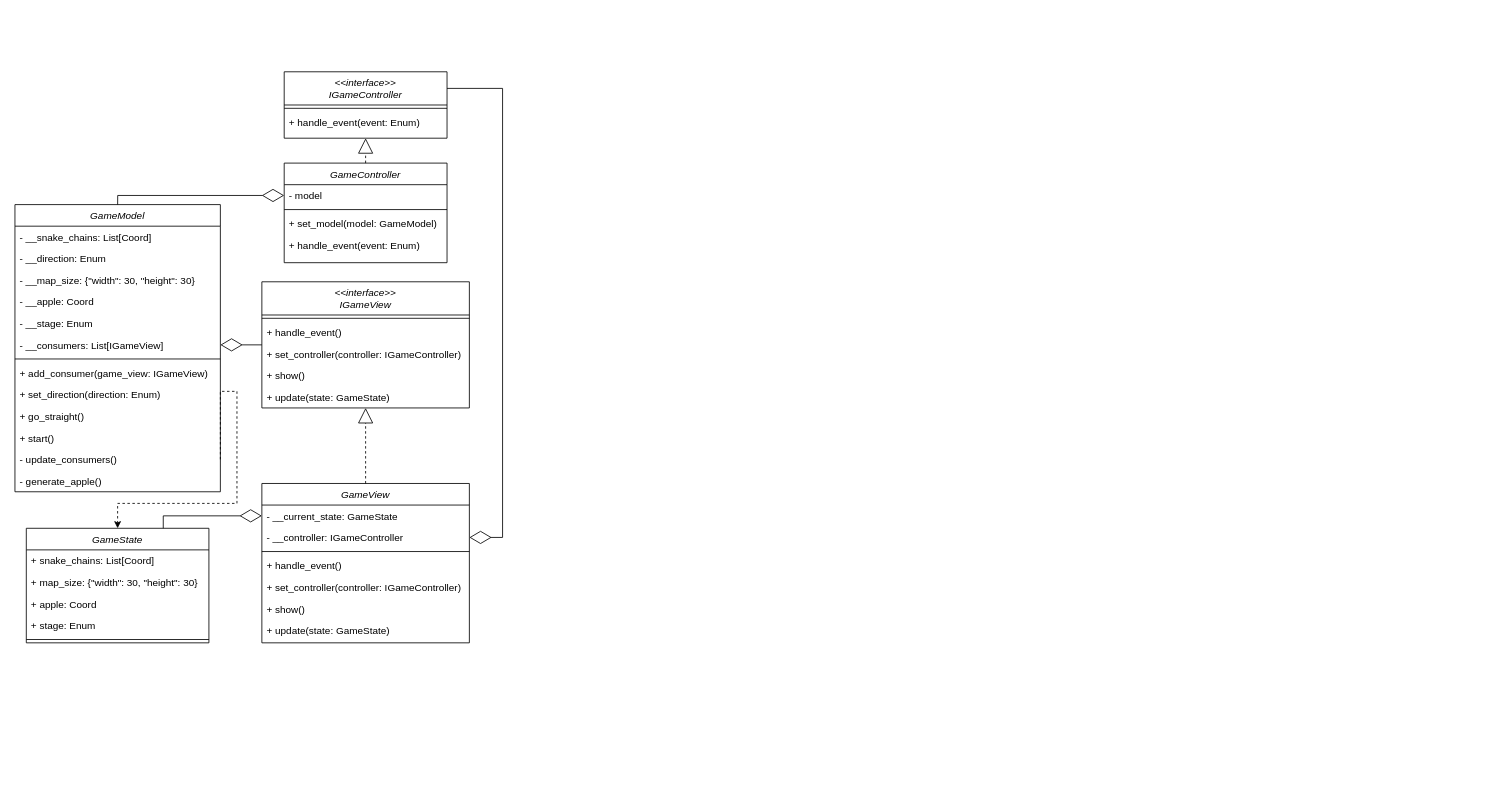
blackwille/snake-uni-proj-waterfall keeps this draw.io diagram as Architecture.drawio. Above is the earlier version. Source tidied: cells renumbered, new cells numbered last; positions are measured from the earlier drawing's top-left corner, leaving out a move shared by most shapes. Both pictures are drawn from the tidied source at 83%, with x=0, y=0 at pixel (14, 71).
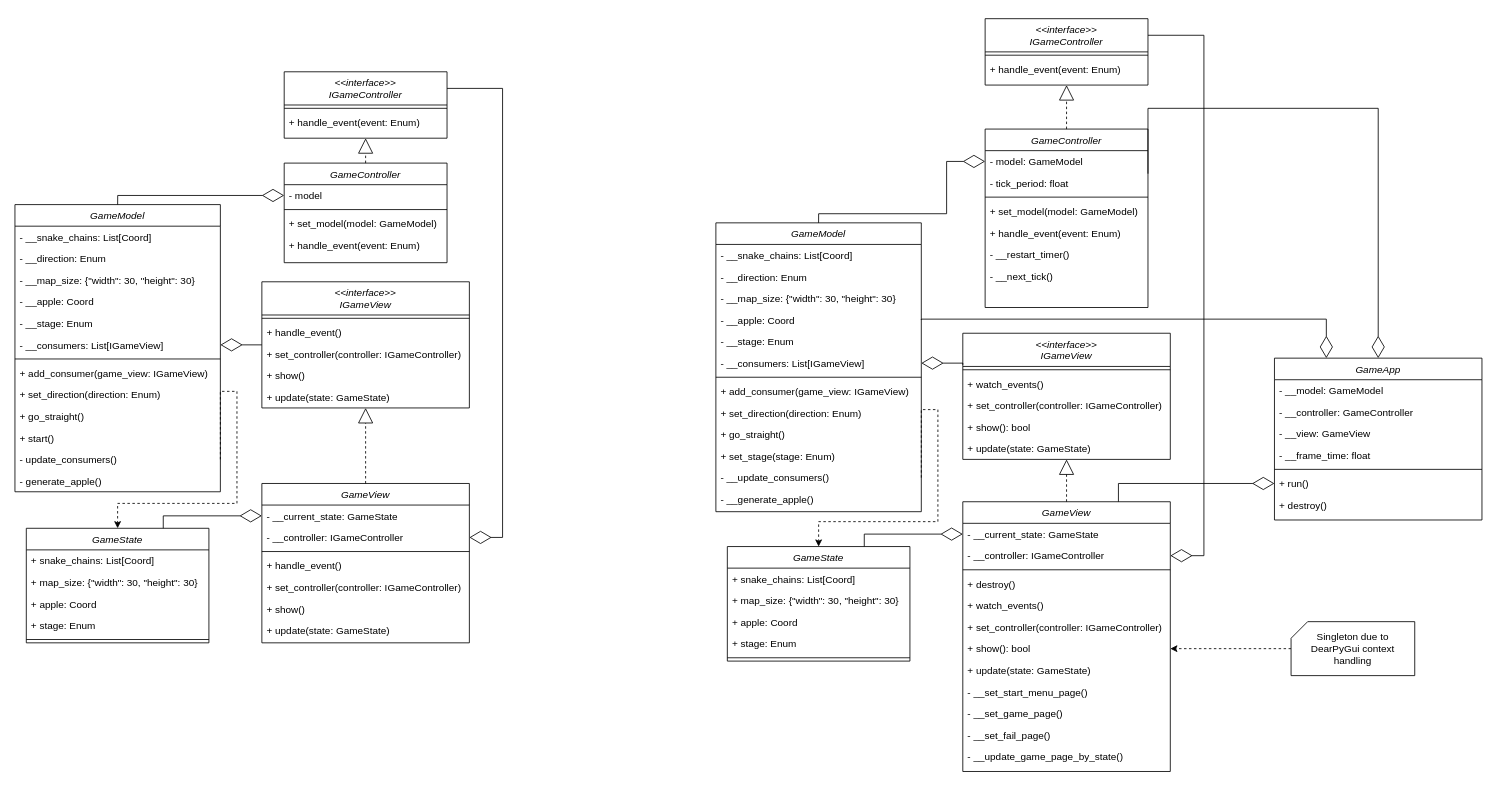
The same diagram, later.

Commit message (it also covers changes not shown here):
#10: renaming and architecture update

Diff of the diagram source:
```diff
@@
+    <mxCell id="51" value="GameController" style="swimlane;fontStyle=2;align=center;verticalAlign=top;horizontal=1;startSize=26;rounded=0;shadow=0;strokeWidth=1;" parent="1" vertex="1">
+      <mxGeometry x="1169.4" y="69" width="196.2" height="215" as="geometry" />
+    </mxCell>
+    <mxCell id="52" value="- model: GameModel" style="text;align=left;verticalAlign=top;spacingLeft=4;spacingRight=4;overflow=hidden;points=[[0,0.5],[1,0.5]];portConstraint=eastwest;" parent="51" vertex="1">
+      <mxGeometry y="26" width="196.2" height="26" as="geometry" />
+    </mxCell>
+    <mxCell id="53" value="- tick_period: float" style="text;align=left;verticalAlign=top;spacingLeft=4;spacingRight=4;overflow=hidden;" parent="51" vertex="1">
+      <mxGeometry y="52" width="196.2" height="26" as="geometry" />
+    </mxCell>
+    <mxCell id="54" style="line;html=1;strokeWidth=1;align=left;verticalAlign=middle;spacingTop=-1;spacingLeft=3;spacingRight=3;labelPosition=right;" parent="51" vertex="1">
+      <mxGeometry y="78" width="196.2" height="8" as="geometry" />
+    </mxCell>
+    <mxCell id="55" value="+ set_model(model: GameModel)" style="text;align=left;verticalAlign=top;spacingLeft=4;spacingRight=4;overflow=hidden;" parent="51" vertex="1">
+      <mxGeometry y="86" width="196.2" height="26" as="geometry" />
+    </mxCell>
+    <mxCell id="56" value="+ handle_event(event: Enum)" style="text;align=left;verticalAlign=top;spacingLeft=4;spacingRight=4;overflow=hidden;" parent="51" vertex="1">
+      <mxGeometry y="112" width="196.2" height="26" as="geometry" />
+    </mxCell>
+    <mxCell id="57" value="- __restart_timer()" style="text;align=left;verticalAlign=top;spacingLeft=4;spacingRight=4;overflow=hidden;" parent="51" vertex="1">
+      <mxGeometry y="138" width="196.2" height="26" as="geometry" />
+    </mxCell>
+    <mxCell id="58" value="- __next_tick()" style="text;align=left;verticalAlign=top;spacingLeft=4;spacingRight=4;overflow=hidden;" parent="51" vertex="1">
+      <mxGeometry y="164" width="196.2" height="26" as="geometry" />
+    </mxCell>
+    <mxCell id="59" style="edgeStyle=orthogonalEdgeStyle;rounded=0;jettySize=auto;html=1;dashed=1;entryX=0.5;entryY=0;entryDx=0;entryDy=0;exitX=1;exitY=0.5;exitDx=0;exitDy=0;" parent="1" edge="1" source="72" target="88">
+      <mxGeometry relative="1" as="geometry">
+        <Array as="points">
+          <mxPoint x="1092.5" y="407" />
+          <mxPoint x="1112.5" y="407" />
+          <mxPoint x="1112.5" y="542" />
+          <mxPoint x="968.5" y="542" />
+        </Array>
+      </mxGeometry>
+    </mxCell>
+    <mxCell id="60" value="GameModel" style="swimlane;fontStyle=2;align=center;verticalAlign=top;horizontal=1;startSize=26;rounded=0;shadow=0;strokeWidth=1;" parent="1" vertex="1">
+      <mxGeometry x="845" y="182" width="247.5" height="348" as="geometry" />
+    </mxCell>
+    <mxCell id="61" value="- __snake_chains: List[Coord]" style="text;align=left;verticalAlign=top;spacingLeft=4;spacingRight=4;overflow=hidden;" parent="60" vertex="1">
+      <mxGeometry y="26" width="247.5" height="26" as="geometry" />
+    </mxCell>
+    <mxCell id="62" value="- __direction: Enum" style="text;align=left;verticalAlign=top;spacingLeft=4;spacingRight=4;overflow=hidden;" parent="60" vertex="1">
+      <mxGeometry y="52" width="247.5" height="26" as="geometry" />
+    </mxCell>
+    <mxCell id="63" value="- __map_size: {&quot;width&quot;: 30, &quot;height&quot;: 30}" style="text;align=left;verticalAlign=top;spacingLeft=4;spacingRight=4;overflow=hidden;" parent="60" vertex="1">
+      <mxGeometry y="78" width="247.5" height="26" as="geometry" />
+    </mxCell>
+    <mxCell id="64" value="- __apple: Coord" style="text;align=left;verticalAlign=top;spacingLeft=4;spacingRight=4;overflow=hidden;points=[[0,0.5],[1,0.5]];portConstraint=eastwest;" parent="60" vertex="1">
+      <mxGeometry y="104" width="247.5" height="26" as="geometry" />
+    </mxCell>
+    <mxCell id="65" value="- __stage: Enum" style="text;align=left;verticalAlign=top;spacingLeft=4;spacingRight=4;overflow=hidden;" parent="60" vertex="1">
+      <mxGeometry y="130" width="247.5" height="26" as="geometry" />
+    </mxCell>
+    <mxCell id="66" value="- __consumers: List[IGameView]" style="text;align=left;verticalAlign=top;spacingLeft=4;spacingRight=4;overflow=hidden;points=[[0,0.5],[1,0.5]];portConstraint=eastwest;" parent="60" vertex="1">
+      <mxGeometry y="156" width="247.5" height="26" as="geometry" />
+    </mxCell>
+    <mxCell id="67" style="line;html=1;strokeWidth=1;align=left;verticalAlign=middle;spacingTop=-1;spacingLeft=3;spacingRight=3;labelPosition=right;" parent="60" vertex="1">
+      <mxGeometry y="182" width="247.5" height="8" as="geometry" />
+    </mxCell>
+    <mxCell id="68" value="+ add_consumer(game_view: IGameView)" style="text;align=left;verticalAlign=top;spacingLeft=4;spacingRight=4;overflow=hidden;" parent="60" vertex="1">
+      <mxGeometry y="190" width="247.5" height="26" as="geometry" />
+    </mxCell>
+    <mxCell id="69" value="+ set_direction(direction: Enum)" style="text;align=left;verticalAlign=top;spacingLeft=4;spacingRight=4;overflow=hidden;" parent="60" vertex="1">
+      <mxGeometry y="216" width="247.5" height="26" as="geometry" />
+    </mxCell>
+    <mxCell id="70" value="+ go_straight()" style="text;align=left;verticalAlign=top;spacingLeft=4;spacingRight=4;overflow=hidden;" parent="60" vertex="1">
+      <mxGeometry y="242" width="247.5" height="26" as="geometry" />
+    </mxCell>
+    <mxCell id="71" value="+ set_stage(stage: Enum)" style="text;align=left;verticalAlign=top;spacingLeft=4;spacingRight=4;overflow=hidden;" parent="60" vertex="1">
+      <mxGeometry y="268" width="247.5" height="26" as="geometry" />
+    </mxCell>
+    <mxCell id="72" value="- __update_consumers()" style="text;align=left;verticalAlign=top;spacingLeft=4;spacingRight=4;overflow=hidden;points=[[0,0.5],[1,0.5]];portConstraint=eastwest;" parent="60" vertex="1">
+      <mxGeometry y="294" width="247.5" height="26" as="geometry" />
+    </mxCell>
+    <mxCell id="73" value="- __generate_apple()" style="text;align=left;verticalAlign=top;spacingLeft=4;spacingRight=4;overflow=hidden;" parent="60" vertex="1">
+      <mxGeometry y="320" width="247.5" height="26" as="geometry" />
+    </mxCell>
+    <mxCell id="74" value="GameView" style="swimlane;fontStyle=2;align=center;verticalAlign=top;horizontal=1;startSize=26;rounded=0;shadow=0;strokeWidth=1;" parent="1" vertex="1">
+      <mxGeometry x="1142.5" y="518" width="250" height="325" as="geometry" />
+    </mxCell>
+    <mxCell id="75" value="- __current_state: GameState" style="text;align=left;verticalAlign=top;spacingLeft=4;spacingRight=4;overflow=hidden;points=[[0,0.5],[1,0.5]];portConstraint=eastwest;" parent="74" vertex="1">
+      <mxGeometry y="26" width="250" height="26" as="geometry" />
+    </mxCell>
+    <mxCell id="76" value="- __controller: IGameController" style="text;align=left;verticalAlign=top;spacingLeft=4;spacingRight=4;overflow=hidden;points=[[0,0.5],[1,0.5]];portConstraint=eastwest;" parent="74" vertex="1">
+      <mxGeometry y="52" width="250" height="26" as="geometry" />
+    </mxCell>
+    <mxCell id="77" style="line;html=1;strokeWidth=1;align=left;verticalAlign=middle;spacingTop=-1;spacingLeft=3;spacingRight=3;labelPosition=right;" parent="74" vertex="1">
+      <mxGeometry y="78" width="250" height="8" as="geometry" />
+    </mxCell>
+    <mxCell id="78" value="+ destroy()" style="text;align=left;verticalAlign=top;spacingLeft=4;spacingRight=4;overflow=hidden;" parent="74" vertex="1">
+      <mxGeometry y="86" width="250" height="26" as="geometry" />
+    </mxCell>
+    <mxCell id="79" value="+ watch_events()" style="text;align=left;verticalAlign=top;spacingLeft=4;spacingRight=4;overflow=hidden;" parent="74" vertex="1">
+      <mxGeometry y="112" width="250" height="26" as="geometry" />
+    </mxCell>
+    <mxCell id="80" value="+ set_controller(controller: IGameController)" style="text;align=left;verticalAlign=top;spacingLeft=4;spacingRight=4;overflow=hidden;" parent="74" vertex="1">
+      <mxGeometry y="138" width="250" height="26" as="geometry" />
+    </mxCell>
+    <mxCell id="81" value="+ show(): bool" style="text;align=left;verticalAlign=top;spacingLeft=4;spacingRight=4;overflow=hidden;points=[[0,0.5],[1,0.5]];portConstraint=eastwest;" parent="74" vertex="1">
+      <mxGeometry y="164" width="250" height="26" as="geometry" />
+    </mxCell>
+    <mxCell id="82" value="+ update(state: GameState)" style="text;align=left;verticalAlign=top;spacingLeft=4;spacingRight=4;overflow=hidden;" parent="74" vertex="1">
+      <mxGeometry y="190" width="250" height="26" as="geometry" />
+    </mxCell>
+    <mxCell id="83" value="- __set_start_menu_page()" style="text;align=left;verticalAlign=top;spacingLeft=4;spacingRight=4;overflow=hidden;" parent="74" vertex="1">
+      <mxGeometry y="216" width="250" height="26" as="geometry" />
+    </mxCell>
+    <mxCell id="84" value="- __set_game_page()" style="text;align=left;verticalAlign=top;spacingLeft=4;spacingRight=4;overflow=hidden;" parent="74" vertex="1">
+      <mxGeometry y="242" width="250" height="26" as="geometry" />
+    </mxCell>
+    <mxCell id="85" value="- __set_fail_page()" style="text;align=left;verticalAlign=top;spacingLeft=4;spacingRight=4;overflow=hidden;" parent="74" vertex="1">
+      <mxGeometry y="268" width="250" height="26" as="geometry" />
+    </mxCell>
+    <mxCell id="86" value="- __update_game_page_by_state()" style="text;align=left;verticalAlign=top;spacingLeft=4;spacingRight=4;overflow=hidden;" parent="74" vertex="1">
+      <mxGeometry y="294" width="250" height="26" as="geometry" />
+    </mxCell>
+    <mxCell id="87" style="endArrow=block;endSize=16;endFill=0;html=1;rounded=0;exitX=0.5;exitY=0;exitDx=0;exitDy=0;entryX=0.5;entryY=1;entryDx=0;entryDy=0;dashed=1;" parent="1" edge="1" source="74" target="95">
+      <mxGeometry relative="1" as="geometry" />
+    </mxCell>
+    <mxCell id="88" value="GameState" style="swimlane;fontStyle=2;align=center;verticalAlign=top;horizontal=1;startSize=26;rounded=0;shadow=0;strokeWidth=1;" parent="1" vertex="1">
+      <mxGeometry x="858.8" y="572" width="220" height="138" as="geometry" />
+    </mxCell>
+    <mxCell id="89" value="+ snake_chains: List[Coord]" style="text;align=left;verticalAlign=top;spacingLeft=4;spacingRight=4;overflow=hidden;" parent="88" vertex="1">
+      <mxGeometry y="26" width="220" height="26" as="geometry" />
+    </mxCell>
+    <mxCell id="90" value="+ map_size: {&quot;width&quot;: 30, &quot;height&quot;: 30}" style="text;align=left;verticalAlign=top;spacingLeft=4;spacingRight=4;overflow=hidden;" parent="88" vertex="1">
+      <mxGeometry y="52" width="220" height="26" as="geometry" />
+    </mxCell>
+    <mxCell id="91" value="+ apple: Coord" style="text;align=left;verticalAlign=top;spacingLeft=4;spacingRight=4;overflow=hidden;" parent="88" vertex="1">
+      <mxGeometry y="78" width="220" height="26" as="geometry" />
+    </mxCell>
+    <mxCell id="92" value="+ stage: Enum" style="text;align=left;verticalAlign=top;spacingLeft=4;spacingRight=4;overflow=hidden;" parent="88" vertex="1">
+      <mxGeometry y="104" width="220" height="26" as="geometry" />
+    </mxCell>
+    <mxCell id="93" style="line;html=1;strokeWidth=1;align=left;verticalAlign=middle;spacingTop=-1;spacingLeft=3;spacingRight=3;labelPosition=right;" parent="88" vertex="1">
+      <mxGeometry y="130" width="220" height="8" as="geometry" />
+    </mxCell>
+    <mxCell id="94" style="endArrow=diamondThin;endFill=0;endSize=24;html=1;rounded=0;entryX=0;entryY=0.5;entryDx=0;entryDy=0;exitX=0.75;exitY=0;exitDx=0;exitDy=0;edgeStyle=orthogonalEdgeStyle;" parent="1" edge="1" source="88" target="75">
+      <mxGeometry relative="1" as="geometry">
+        <Array as="points">
+          <mxPoint x="1023.5" y="557" />
+        </Array>
+      </mxGeometry>
+    </mxCell>
+    <mxCell id="95" value="&lt;&lt;interface&gt;&gt;&#10;IGameView" style="swimlane;fontStyle=2;align=center;verticalAlign=top;horizontal=1;startSize=40;rounded=0;shadow=0;strokeWidth=1;" parent="1" vertex="1">
+      <mxGeometry x="1142.5" y="315" width="250" height="152" as="geometry" />
+    </mxCell>
+    <mxCell id="96" style="line;html=1;strokeWidth=1;align=left;verticalAlign=middle;spacingTop=-1;spacingLeft=3;spacingRight=3;labelPosition=right;" parent="95" vertex="1">
+      <mxGeometry y="40" width="250" height="8" as="geometry" />
+    </mxCell>
+    <mxCell id="97" value="+ watch_events()" style="text;align=left;verticalAlign=top;spacingLeft=4;spacingRight=4;overflow=hidden;" parent="95" vertex="1">
+      <mxGeometry y="48" width="250" height="26" as="geometry" />
+    </mxCell>
+    <mxCell id="98" value="+ set_controller(controller: IGameController)" style="text;align=left;verticalAlign=top;spacingLeft=4;spacingRight=4;overflow=hidden;" parent="95" vertex="1">
+      <mxGeometry y="74" width="250" height="26" as="geometry" />
+    </mxCell>
+    <mxCell id="99" value="+ show(): bool" style="text;align=left;verticalAlign=top;spacingLeft=4;spacingRight=4;overflow=hidden;" parent="95" vertex="1">
+      <mxGeometry y="100" width="250" height="26" as="geometry" />
+    </mxCell>
+    <mxCell id="100" value="+ update(state: GameState)" style="text;align=left;verticalAlign=top;spacingLeft=4;spacingRight=4;overflow=hidden;" parent="95" vertex="1">
+      <mxGeometry y="126" width="250" height="26" as="geometry" />
+    </mxCell>
+    <mxCell id="101" style="endArrow=diamondThin;endFill=0;endSize=24;html=1;rounded=0;entryX=1;entryY=0.5;entryDx=0;entryDy=0;exitX=0;exitY=0.25;exitDx=0;exitDy=0;edgeStyle=orthogonalEdgeStyle;" parent="1" edge="1" source="95" target="66">
+      <mxGeometry relative="1" as="geometry">
+        <Array as="points">
+          <mxPoint x="1143" y="351" />
+        </Array>
+      </mxGeometry>
+    </mxCell>
+    <mxCell id="102" value="&lt;&lt;interface&gt;&gt;&#10;IGameController" style="swimlane;fontStyle=2;align=center;verticalAlign=top;horizontal=1;startSize=40;rounded=0;shadow=0;strokeWidth=1;" parent="1" vertex="1">
+      <mxGeometry x="1169.4" y="-64" width="196.2" height="80" as="geometry" />
+    </mxCell>
+    <mxCell id="103" style="line;html=1;strokeWidth=1;align=left;verticalAlign=middle;spacingTop=-1;spacingLeft=3;spacingRight=3;labelPosition=right;" parent="102" vertex="1">
+      <mxGeometry y="40" width="196.2" height="8" as="geometry" />
+    </mxCell>
+    <mxCell id="104" value="+ handle_event(event: Enum)" style="text;align=left;verticalAlign=top;spacingLeft=4;spacingRight=4;overflow=hidden;" parent="102" vertex="1">
+      <mxGeometry y="48" width="196.2" height="26" as="geometry" />
+    </mxCell>
+    <mxCell id="105" style="endArrow=diamondThin;endFill=0;endSize=24;html=1;rounded=0;entryX=0;entryY=0.5;entryDx=0;entryDy=0;exitX=0.5;exitY=0;exitDx=0;exitDy=0;edgeStyle=orthogonalEdgeStyle;" parent="1" edge="1" source="60" target="52">
+      <mxGeometry relative="1" as="geometry">
+        <Array as="points">
+          <mxPoint x="969" y="171" />
+          <mxPoint x="1123" y="171" />
+          <mxPoint x="1123" y="108" />
+        </Array>
+      </mxGeometry>
+    </mxCell>
+    <mxCell id="106" style="endArrow=block;endSize=16;endFill=0;html=1;rounded=0;exitX=0.5;exitY=0;exitDx=0;exitDy=0;dashed=1;entryX=0.5;entryY=1;entryDx=0;entryDy=0;edgeStyle=orthogonalEdgeStyle;" parent="1" edge="1" source="51" target="102">
+      <mxGeometry relative="1" as="geometry" />
+    </mxCell>
+    <mxCell id="107" style="endArrow=diamondThin;endFill=0;endSize=24;html=1;rounded=0;entryX=1;entryY=0.5;entryDx=0;entryDy=0;exitX=1;exitY=0.25;exitDx=0;exitDy=0;edgeStyle=orthogonalEdgeStyle;" parent="1" edge="1" source="102" target="76">
+      <mxGeometry relative="1" as="geometry">
+        <Array as="points">
+          <mxPoint x="1433" y="-44" />
+          <mxPoint x="1433" y="583" />
+        </Array>
+      </mxGeometry>
+    </mxCell>
+    <mxCell id="108" value="GameApp" style="swimlane;fontStyle=2;align=center;verticalAlign=top;horizontal=1;startSize=26;rounded=0;shadow=0;strokeWidth=1;" parent="1" vertex="1">
+      <mxGeometry x="1518" y="345" width="250" height="195" as="geometry" />
+    </mxCell>
+    <mxCell id="109" value="- __model: GameModel" style="text;align=left;verticalAlign=top;spacingLeft=4;spacingRight=4;overflow=hidden;" parent="108" vertex="1">
+      <mxGeometry y="26" width="250" height="26" as="geometry" />
+    </mxCell>
+    <mxCell id="110" value="- __controller: GameController" style="text;align=left;verticalAlign=top;spacingLeft=4;spacingRight=4;overflow=hidden;" parent="108" vertex="1">
+      <mxGeometry y="52" width="250" height="26" as="geometry" />
+    </mxCell>
+    <mxCell id="111" value="- __view: GameView" style="text;align=left;verticalAlign=top;spacingLeft=4;spacingRight=4;overflow=hidden;" parent="108" vertex="1">
+      <mxGeometry y="78" width="250" height="26" as="geometry" />
+    </mxCell>
+    <mxCell id="112" value="- __frame_time: float" style="text;align=left;verticalAlign=top;spacingLeft=4;spacingRight=4;overflow=hidden;" parent="108" vertex="1">
+      <mxGeometry y="104" width="250" height="26" as="geometry" />
+    </mxCell>
+    <mxCell id="113" style="line;html=1;strokeWidth=1;align=left;verticalAlign=middle;spacingTop=-1;spacingLeft=3;spacingRight=3;labelPosition=right;" parent="108" vertex="1">
+      <mxGeometry y="130" width="250" height="8" as="geometry" />
+    </mxCell>
+    <mxCell id="114" value="+ run()" style="text;align=left;verticalAlign=top;spacingLeft=4;spacingRight=4;overflow=hidden;points=[[0,0.5],[1,0.5]];portConstraint=eastwest;" parent="108" vertex="1">
+      <mxGeometry y="138" width="250" height="26" as="geometry" />
+    </mxCell>
+    <mxCell id="115" value="+ destroy()" style="text;align=left;verticalAlign=top;spacingLeft=4;spacingRight=4;overflow=hidden;" parent="108" vertex="1">
+      <mxGeometry y="164" width="250" height="26" as="geometry" />
+    </mxCell>
+    <mxCell id="116" style="endArrow=diamondThin;endFill=0;endSize=24;html=1;rounded=0;entryX=0.5;entryY=0;entryDx=0;entryDy=0;edgeStyle=orthogonalEdgeStyle;exitX=1;exitY=0.25;exitDx=0;exitDy=0;" parent="1" edge="1" source="51" target="108">
+      <mxGeometry relative="1" as="geometry">
+        <Array as="points">
+          <mxPoint x="1643" y="44" />
+        </Array>
+      </mxGeometry>
+    </mxCell>
+    <mxCell id="117" style="endArrow=diamondThin;endFill=0;endSize=24;html=1;rounded=0;entryX=0;entryY=0.5;entryDx=0;entryDy=0;exitX=0.75;exitY=0;exitDx=0;exitDy=0;edgeStyle=orthogonalEdgeStyle;" parent="1" edge="1" source="74" target="114">
+      <mxGeometry relative="1" as="geometry">
+        <Array as="points">
+          <mxPoint x="1330" y="496" />
+        </Array>
+      </mxGeometry>
+    </mxCell>
+    <mxCell id="118" style="endArrow=diamondThin;endFill=0;endSize=24;html=1;rounded=0;edgeStyle=orthogonalEdgeStyle;entryX=0.25;entryY=0;entryDx=0;entryDy=0;exitX=1;exitY=0.5;exitDx=0;exitDy=0;" parent="1" edge="1" source="64" target="108">
+      <mxGeometry relative="1" as="geometry">
+        <Array as="points">
+          <mxPoint x="1580" y="298" />
+        </Array>
+      </mxGeometry>
+    </mxCell>
+    <mxCell id="119" style="edgeStyle=orthogonalEdgeStyle;rounded=0;jettySize=auto;html=1;entryX=1;entryY=0.5;entryDx=0;entryDy=0;dashed=1;" parent="1" edge="1" source="120" target="81">
+      <mxGeometry relative="1" as="geometry" />
+    </mxCell>
+    <mxCell id="120" value="Singleton due to DearPyGui context handling" style="verticalLabelPosition=middle;verticalAlign=middle;html=1;shape=card;whiteSpace=wrap;size=20;arcSize=12;labelPosition=center;align=center;" parent="1" vertex="1">
+      <mxGeometry x="1538" y="662.5" width="149" height="65" as="geometry" />
+    </mxCell>
```
